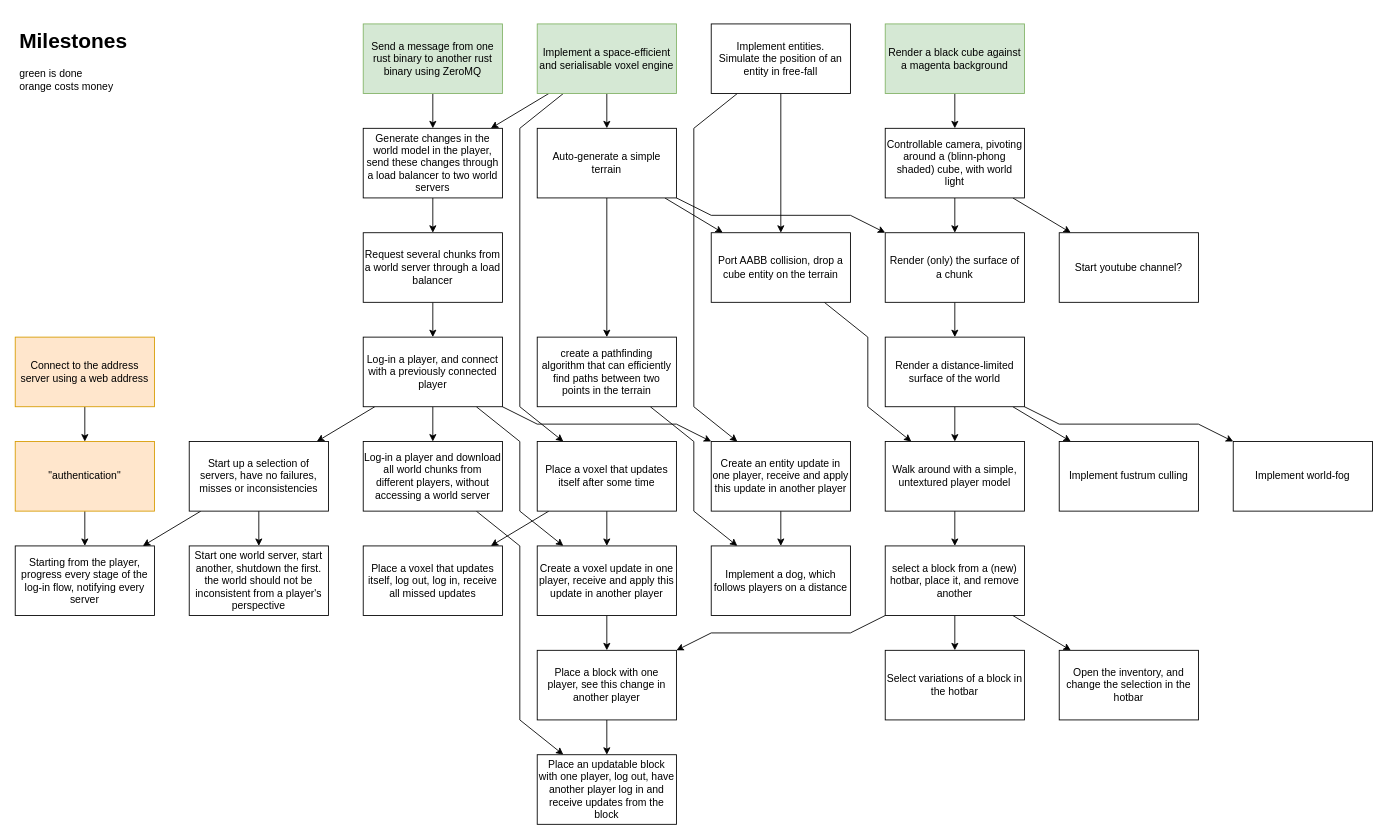
Earlier version of the draw.io diagram doc/SolMilestones.drawio (ieperen3039/SparksOfLabor). Source tidied: cells renumbered, new cells numbered last; positions are measured from the earlier drawing's top-left corner, leaving out a move shared by most shapes. Both pictures are drawn from the tidied source at 87%, with x=0, y=0 at pixel (15, 23).
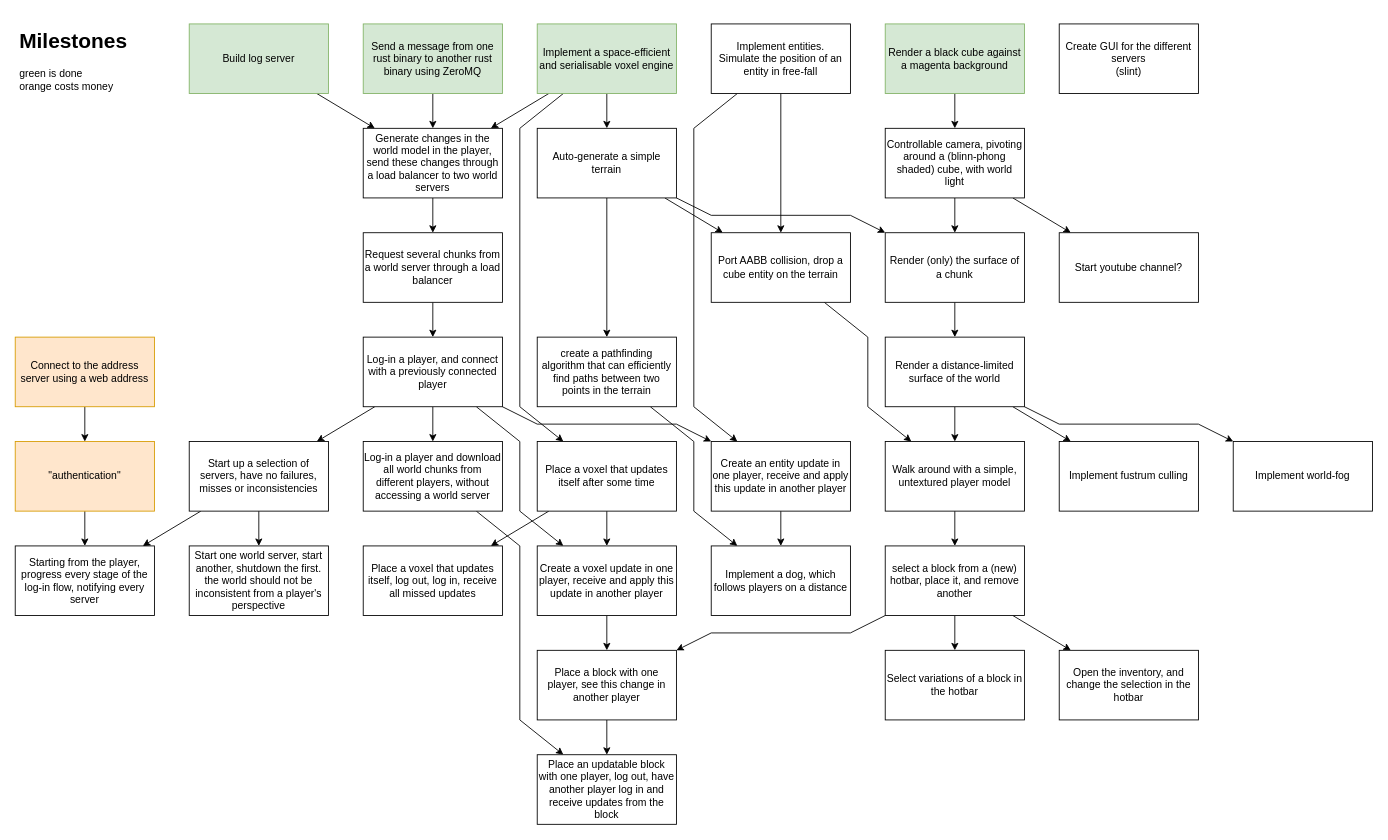
The same page after the edit.

The change refers to these unchanged cells:
```xml
<mxCell id="13" value="Generate changes in the world model in the player, send these changes through a load balancer to two world servers" style="rounded=0;whiteSpace=wrap;html=1;" parent="1" vertex="1">
  <mxGeometry x="400" y="120" width="160" height="80" as="geometry" />
</mxCell>
```

Diff of the diagram source:
```diff
@@
+    <mxCell id="74" style="rounded=0;jettySize=auto;html=1;" parent="1" edge="1" source="75" target="13">
+      <mxGeometry relative="1" as="geometry" />
+    </mxCell>
+    <mxCell id="75" value="Build log server" style="rounded=0;whiteSpace=wrap;html=1;fillColor=#d5e8d4;strokeColor=#82b366;" parent="1" vertex="1">
+      <mxGeometry x="200" width="160" height="80" as="geometry" />
+    </mxCell>
+    <mxCell id="76" value="Create GUI for the different servers&lt;br&gt;(slint)" style="rounded=0;whiteSpace=wrap;html=1;" parent="1" vertex="1">
+      <mxGeometry x="1200" width="160" height="80" as="geometry" />
+    </mxCell>
```
